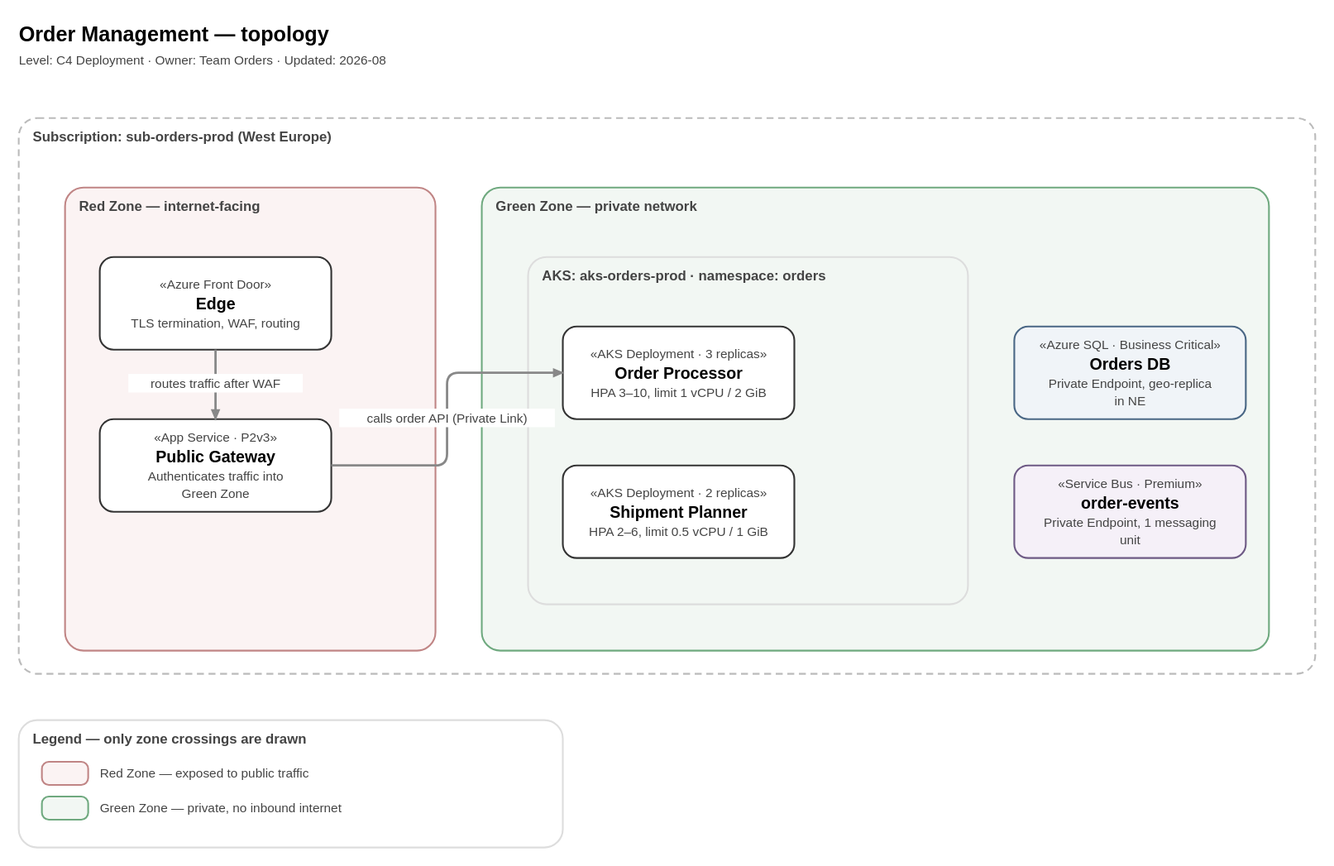
Above: examples/topology-example.drawio.svg in wojciech-ruchlewicz/drawio-architecture-kit (draw.io), before the change. Source tidied: cells renumbered, new cells last; positions are measured from the earlier drawing's top-left corner, leaving out a move shared by most shapes. Its diagram source:
```xml
<mxGraphModel>
  <root>
    <mxCell id="0" />
    <mxCell id="1" parent="0" />
    <mxCell id="2" value="Order Management — topology" style="text;html=1;align=left;verticalAlign=middle;fontFamily=Helvetica;fontSize=18;fontColor=#000000;fontStyle=1;" parent="1" vertex="1">
      <mxGeometry width="700" height="26" as="geometry" />
    </mxCell>
    <mxCell id="3" value="Level: C4 Deployment · Owner: Team Orders · Updated: 2026-08" style="text;html=1;align=left;verticalAlign=middle;fontFamily=Helvetica;fontSize=11;fontColor=#444444;" parent="1" vertex="1">
      <mxGeometry y="28" width="700" height="16" as="geometry" />
    </mxCell>
    <mxCell id="4" value="Subscription: sub-orders-prod (West Europe)" style="rounded=1;absoluteArcSize=1;arcSize=32;whiteSpace=wrap;html=1;strokeWidth=1.5;fontFamily=Helvetica;fontSize=12;fontStyle=1;fontColor=#444444;align=left;verticalAlign=top;spacingLeft=12;spacingTop=4;shadow=0;fillColor=none;strokeColor=#BBBBBB;dashed=1;dashPattern=8 4;" parent="1" vertex="1">
      <mxGeometry y="86" width="1120" height="480" as="geometry" />
    </mxCell>
    <mxCell id="5" value="Red Zone — internet-facing" style="rounded=1;absoluteArcSize=1;arcSize=32;whiteSpace=wrap;html=1;strokeWidth=1.5;fontFamily=Helvetica;fontSize=12;fontStyle=1;fontColor=#444444;align=left;verticalAlign=top;spacingLeft=12;spacingTop=4;shadow=0;fillColor=#FBF3F3;strokeColor=#C08585;" parent="4" vertex="1">
      <mxGeometry x="40" y="60" width="320" height="400" as="geometry" />
    </mxCell>
    <mxCell id="6" value="&lt;div style=&quot;line-height:1.3&quot;&gt;&lt;font style=&quot;font-size:11px;color:#444444&quot;&gt;&amp;laquo;Azure Front Door&amp;raquo;&lt;/font&gt;&lt;br&gt;&lt;b style=&quot;font-size:14px;color:#000000&quot;&gt;Edge&lt;/b&gt;&lt;br&gt;&lt;font style=&quot;font-size:11px;color:#444444&quot;&gt;TLS termination, WAF, routing&lt;/font&gt;&lt;/div&gt;" style="rounded=1;absoluteArcSize=1;arcSize=24;whiteSpace=wrap;html=1;strokeWidth=1.5;fontFamily=Helvetica;fontSize=14;fontColor=#000000;align=center;verticalAlign=middle;spacingLeft=6;spacingRight=6;shadow=0;fillColor=#FFFFFF;strokeColor=#333333;" parent="5" vertex="1">
      <mxGeometry x="30" y="60" width="200" height="80" as="geometry" />
    </mxCell>
    <mxCell id="7" value="&lt;div style=&quot;line-height:1.3&quot;&gt;&lt;font style=&quot;font-size:11px;color:#444444&quot;&gt;&amp;laquo;App Service · P2v3&amp;raquo;&lt;/font&gt;&lt;br&gt;&lt;b style=&quot;font-size:14px;color:#000000&quot;&gt;Public Gateway&lt;/b&gt;&lt;br&gt;&lt;font style=&quot;font-size:11px;color:#444444&quot;&gt;Authenticates traffic into Green Zone&lt;/font&gt;&lt;/div&gt;" style="rounded=1;absoluteArcSize=1;arcSize=24;whiteSpace=wrap;html=1;strokeWidth=1.5;fontFamily=Helvetica;fontSize=14;fontColor=#000000;align=center;verticalAlign=middle;spacingLeft=6;spacingRight=6;shadow=0;fillColor=#FFFFFF;strokeColor=#333333;" parent="5" vertex="1">
      <mxGeometry x="30" y="200" width="200" height="80" as="geometry" />
    </mxCell>
    <mxCell id="8" value="Green Zone — private network" style="rounded=1;absoluteArcSize=1;arcSize=32;whiteSpace=wrap;html=1;strokeWidth=1.5;fontFamily=Helvetica;fontSize=12;fontStyle=1;fontColor=#444444;align=left;verticalAlign=top;spacingLeft=12;spacingTop=4;shadow=0;fillColor=#F2F7F3;strokeColor=#6FA97F;" parent="4" vertex="1">
      <mxGeometry x="400" y="60" width="680" height="400" as="geometry" />
    </mxCell>
    <mxCell id="9" value="AKS: aks-orders-prod · namespace: orders" style="rounded=1;absoluteArcSize=1;arcSize=32;whiteSpace=wrap;html=1;strokeWidth=1.5;fontFamily=Helvetica;fontSize=12;fontStyle=1;fontColor=#444444;align=left;verticalAlign=top;spacingLeft=12;spacingTop=4;shadow=0;fillColor=none;strokeColor=#DDDDDD;" parent="8" vertex="1">
      <mxGeometry x="40" y="60" width="380" height="300" as="geometry" />
    </mxCell>
    <mxCell id="10" value="&lt;div style=&quot;line-height:1.3&quot;&gt;&lt;font style=&quot;font-size:11px;color:#444444&quot;&gt;&amp;laquo;AKS Deployment · 3 replicas&amp;raquo;&lt;/font&gt;&lt;br&gt;&lt;b style=&quot;font-size:14px;color:#000000&quot;&gt;Order Processor&lt;/b&gt;&lt;br&gt;&lt;font style=&quot;font-size:11px;color:#444444&quot;&gt;HPA 3–10, limit 1 vCPU / 2 GiB&lt;/font&gt;&lt;/div&gt;" style="rounded=1;absoluteArcSize=1;arcSize=24;whiteSpace=wrap;html=1;strokeWidth=1.5;fontFamily=Helvetica;fontSize=14;fontColor=#000000;align=center;verticalAlign=middle;spacingLeft=6;spacingRight=6;shadow=0;fillColor=#FFFFFF;strokeColor=#333333;" parent="9" vertex="1">
      <mxGeometry x="30" y="60" width="200" height="80" as="geometry" />
    </mxCell>
    <mxCell id="11" value="&lt;div style=&quot;line-height:1.3&quot;&gt;&lt;font style=&quot;font-size:11px;color:#444444&quot;&gt;&amp;laquo;AKS Deployment · 2 replicas&amp;raquo;&lt;/font&gt;&lt;br&gt;&lt;b style=&quot;font-size:14px;color:#000000&quot;&gt;Shipment Planner&lt;/b&gt;&lt;br&gt;&lt;font style=&quot;font-size:11px;color:#444444&quot;&gt;HPA 2–6, limit 0.5 vCPU / 1 GiB&lt;/font&gt;&lt;/div&gt;" style="rounded=1;absoluteArcSize=1;arcSize=24;whiteSpace=wrap;html=1;strokeWidth=1.5;fontFamily=Helvetica;fontSize=14;fontColor=#000000;align=center;verticalAlign=middle;spacingLeft=6;spacingRight=6;shadow=0;fillColor=#FFFFFF;strokeColor=#333333;" parent="9" vertex="1">
      <mxGeometry x="30" y="180" width="200" height="80" as="geometry" />
    </mxCell>
    <mxCell id="12" value="&lt;div style=&quot;line-height:1.3&quot;&gt;&lt;font style=&quot;font-size:11px;color:#444444&quot;&gt;&amp;laquo;Azure SQL · Business Critical&amp;raquo;&lt;/font&gt;&lt;br&gt;&lt;b style=&quot;font-size:14px;color:#000000&quot;&gt;Orders DB&lt;/b&gt;&lt;br&gt;&lt;font style=&quot;font-size:11px;color:#444444&quot;&gt;Private Endpoint, geo-replica in NE&lt;/font&gt;&lt;/div&gt;" style="rounded=1;absoluteArcSize=1;arcSize=24;whiteSpace=wrap;html=1;strokeWidth=1.5;fontFamily=Helvetica;fontSize=14;fontColor=#000000;align=center;verticalAlign=middle;spacingLeft=6;spacingRight=6;shadow=0;fillColor=#F0F4F8;strokeColor=#4A6785;" parent="8" vertex="1">
      <mxGeometry x="460" y="120" width="200" height="80" as="geometry" />
    </mxCell>
    <mxCell id="13" value="&lt;div style=&quot;line-height:1.3&quot;&gt;&lt;font style=&quot;font-size:11px;color:#444444&quot;&gt;&amp;laquo;Service Bus · Premium&amp;raquo;&lt;/font&gt;&lt;br&gt;&lt;b style=&quot;font-size:14px;color:#000000&quot;&gt;order-events&lt;/b&gt;&lt;br&gt;&lt;font style=&quot;font-size:11px;color:#444444&quot;&gt;Private Endpoint, 1 messaging unit&lt;/font&gt;&lt;/div&gt;" style="rounded=1;absoluteArcSize=1;arcSize=24;whiteSpace=wrap;html=1;strokeWidth=1.5;fontFamily=Helvetica;fontSize=14;fontColor=#000000;align=center;verticalAlign=middle;spacingLeft=6;spacingRight=6;shadow=0;fillColor=#F5F0F8;strokeColor=#6E5A85;" parent="8" vertex="1">
      <mxGeometry x="460" y="240" width="200" height="80" as="geometry" />
    </mxCell>
    <mxCell id="14" value="routes traffic after WAF" style="edgeStyle=orthogonalEdgeStyle;rounded=1;arcSize=10;html=1;jumpStyle=arc;jumpSize=8;fontFamily=Helvetica;fontSize=11;fontColor=#444444;labelBackgroundColor=#FFFFFF;strokeWidth=2;strokeColor=#888888;endArrow=blockThin;endFill=1;endSize=6;exitX=0.5;exitY=1;exitDx=0;exitDy=0;entryX=0.5;entryY=0;entryDx=0;entryDy=0;" parent="1" edge="1" source="6" target="7">
      <mxGeometry relative="1" as="geometry" />
    </mxCell>
    <mxCell id="15" value="calls order API (Private Link)" style="edgeStyle=orthogonalEdgeStyle;rounded=1;arcSize=10;html=1;jumpStyle=arc;jumpSize=8;fontFamily=Helvetica;fontSize=11;fontColor=#444444;labelBackgroundColor=#FFFFFF;strokeWidth=2;strokeColor=#888888;endArrow=blockThin;endFill=1;endSize=6;exitX=1;exitY=0.5;exitDx=0;exitDy=0;entryX=0;entryY=0.5;entryDx=0;entryDy=0;" parent="1" edge="1" source="7" target="10">
      <mxGeometry relative="1" as="geometry" />
    </mxCell>
    <mxCell id="16" value="Legend — only zone crossings are drawn" style="rounded=1;absoluteArcSize=1;arcSize=32;whiteSpace=wrap;html=1;strokeWidth=1.5;fontFamily=Helvetica;fontSize=12;fontStyle=1;fontColor=#444444;align=left;verticalAlign=top;spacingLeft=12;spacingTop=4;shadow=0;fillColor=none;strokeColor=#DDDDDD;" parent="1" vertex="1">
      <mxGeometry y="606" width="470" height="110" as="geometry" />
    </mxCell>
    <mxCell id="17" style="rounded=1;absoluteArcSize=1;arcSize=24;whiteSpace=wrap;html=1;strokeWidth=1.5;fontFamily=Helvetica;fontSize=14;fontColor=#000000;align=center;verticalAlign=middle;spacingLeft=6;spacingRight=6;shadow=0;fillColor=#FBF3F3;strokeColor=#C08585;" parent="16" vertex="1">
      <mxGeometry x="20" y="36" width="40" height="20" as="geometry" />
    </mxCell>
    <mxCell id="18" value="Red Zone — exposed to public traffic" style="text;html=1;align=left;verticalAlign=middle;fontFamily=Helvetica;fontSize=11;fontColor=#444444;" parent="16" vertex="1">
      <mxGeometry x="70" y="36" width="380" height="20" as="geometry" />
    </mxCell>
    <mxCell id="19" style="rounded=1;absoluteArcSize=1;arcSize=24;whiteSpace=wrap;html=1;strokeWidth=1.5;fontFamily=Helvetica;fontSize=14;fontColor=#000000;align=center;verticalAlign=middle;spacingLeft=6;spacingRight=6;shadow=0;fillColor=#F2F7F3;strokeColor=#6FA97F;" parent="16" vertex="1">
      <mxGeometry x="20" y="66" width="40" height="20" as="geometry" />
    </mxCell>
    <mxCell id="20" value="Green Zone — private, no inbound internet" style="text;html=1;align=left;verticalAlign=middle;fontFamily=Helvetica;fontSize=11;fontColor=#444444;" parent="16" vertex="1">
      <mxGeometry x="70" y="66" width="380" height="20" as="geometry" />
    </mxCell>
  </root>
</mxGraphModel>
```
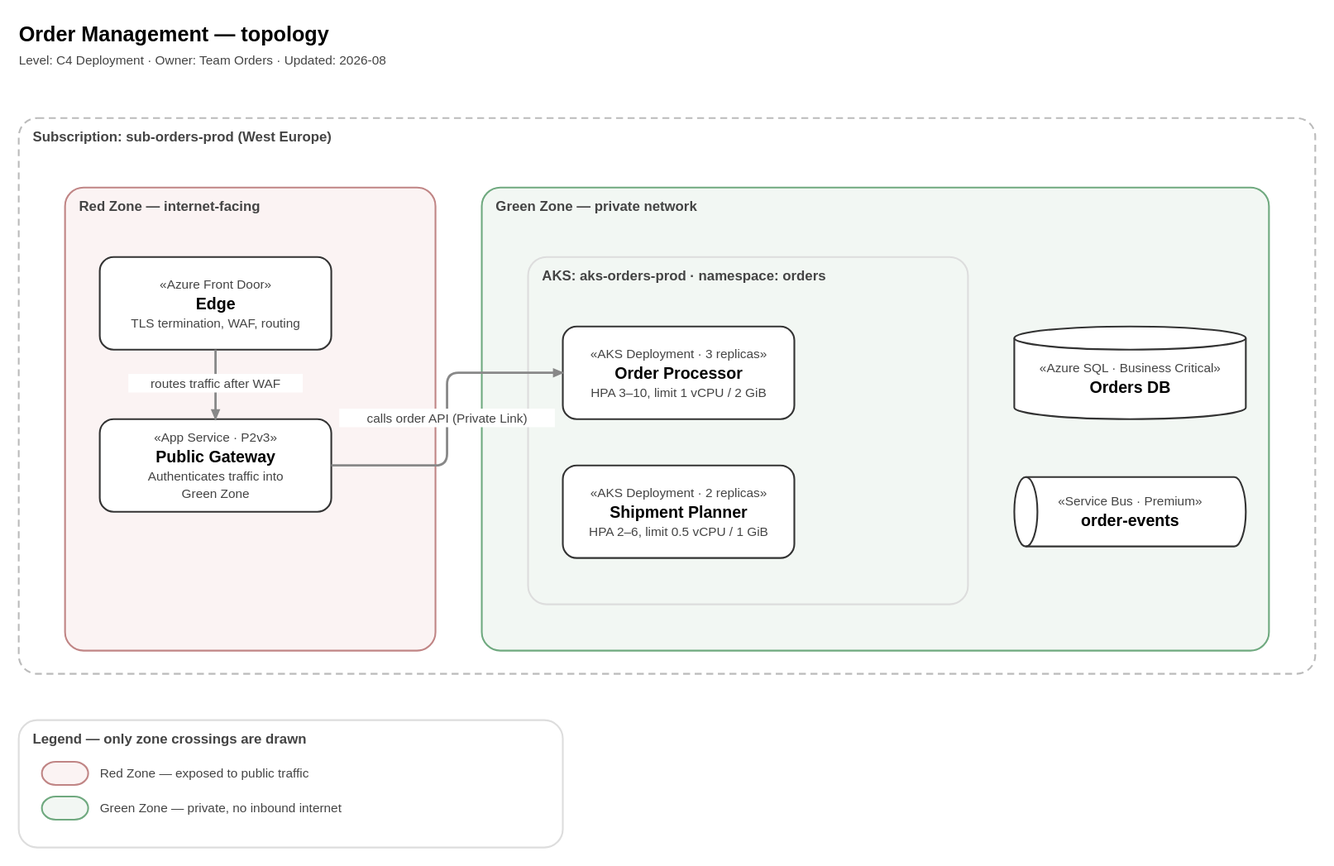
After the change.

Change to the diagram source:
```diff
@@ -32,11 +32,11 @@
     <mxCell id="11" value="&lt;div style=&quot;line-height:1.3&quot;&gt;&lt;font style=&quot;font-size:11px;color:#444444&quot;&gt;&amp;laquo;AKS Deployment · 2 replicas&amp;raquo;&lt;/font&gt;&lt;br&gt;&lt;b style=&quot;font-size:14px;color:#000000&quot;&gt;Shipment Planner&lt;/b&gt;&lt;br&gt;&lt;font style=&quot;font-size:11px;color:#444444&quot;&gt;HPA 2–6, limit 0.5 vCPU / 1 GiB&lt;/font&gt;&lt;/div&gt;" style="rounded=1;absoluteArcSize=1;arcSize=24;whiteSpace=wrap;html=1;strokeWidth=1.5;fontFamily=Helvetica;fontSize=14;fontColor=#000000;align=center;verticalAlign=middle;spacingLeft=6;spacingRight=6;shadow=0;fillColor=#FFFFFF;strokeColor=#333333;" parent="9" vertex="1">
       <mxGeometry x="30" y="180" width="200" height="80" as="geometry" />
     </mxCell>
-    <mxCell id="12" value="&lt;div style=&quot;line-height:1.3&quot;&gt;&lt;font style=&quot;font-size:11px;color:#444444&quot;&gt;&amp;laquo;Azure SQL · Business Critical&amp;raquo;&lt;/font&gt;&lt;br&gt;&lt;b style=&quot;font-size:14px;color:#000000&quot;&gt;Orders DB&lt;/b&gt;&lt;br&gt;&lt;font style=&quot;font-size:11px;color:#444444&quot;&gt;Private Endpoint, geo-replica in NE&lt;/font&gt;&lt;/div&gt;" style="rounded=1;absoluteArcSize=1;arcSize=24;whiteSpace=wrap;html=1;strokeWidth=1.5;fontFamily=Helvetica;fontSize=14;fontColor=#000000;align=center;verticalAlign=middle;spacingLeft=6;spacingRight=6;shadow=0;fillColor=#F0F4F8;strokeColor=#4A6785;" parent="8" vertex="1">
+    <mxCell id="12" value="&lt;div style=&quot;line-height:1.3&quot;&gt;&lt;font style=&quot;font-size:11px;color:#444444&quot;&gt;&amp;laquo;Azure SQL · Business Critical&amp;raquo;&lt;/font&gt;&lt;br&gt;&lt;b style=&quot;font-size:14px;color:#000000&quot;&gt;Orders DB&lt;/b&gt;&lt;/div&gt;" style="shape=cylinder3;boundedLbl=1;backgroundOutline=1;size=10;whiteSpace=wrap;html=1;strokeWidth=1.5;fontFamily=Helvetica;fontSize=14;fontColor=#000000;align=center;verticalAlign=middle;shadow=0;fillColor=#FFFFFF;strokeColor=#333333;" parent="8" vertex="1">
       <mxGeometry x="460" y="120" width="200" height="80" as="geometry" />
     </mxCell>
-    <mxCell id="13" value="&lt;div style=&quot;line-height:1.3&quot;&gt;&lt;font style=&quot;font-size:11px;color:#444444&quot;&gt;&amp;laquo;Service Bus · Premium&amp;raquo;&lt;/font&gt;&lt;br&gt;&lt;b style=&quot;font-size:14px;color:#000000&quot;&gt;order-events&lt;/b&gt;&lt;br&gt;&lt;font style=&quot;font-size:11px;color:#444444&quot;&gt;Private Endpoint, 1 messaging unit&lt;/font&gt;&lt;/div&gt;" style="rounded=1;absoluteArcSize=1;arcSize=24;whiteSpace=wrap;html=1;strokeWidth=1.5;fontFamily=Helvetica;fontSize=14;fontColor=#000000;align=center;verticalAlign=middle;spacingLeft=6;spacingRight=6;shadow=0;fillColor=#F5F0F8;strokeColor=#6E5A85;" parent="8" vertex="1">
-      <mxGeometry x="460" y="240" width="200" height="80" as="geometry" />
+    <mxCell id="13" value="&lt;div style=&quot;line-height:1.3&quot;&gt;&lt;font style=&quot;font-size:11px;color:#444444&quot;&gt;&amp;laquo;Service Bus · Premium&amp;raquo;&lt;/font&gt;&lt;br&gt;&lt;b style=&quot;font-size:14px;color:#000000&quot;&gt;order-events&lt;/b&gt;&lt;/div&gt;" style="shape=cylinder3;boundedLbl=1;backgroundOutline=1;size=10;direction=north;whiteSpace=wrap;html=1;strokeWidth=1.5;fontFamily=Helvetica;fontSize=14;fontColor=#000000;align=center;verticalAlign=middle;shadow=0;fillColor=#FFFFFF;strokeColor=#333333;" parent="8" vertex="1">
+      <mxGeometry x="460" y="250" width="200" height="60" as="geometry" />
     </mxCell>
     <mxCell id="14" value="routes traffic after WAF" style="edgeStyle=orthogonalEdgeStyle;rounded=1;arcSize=10;html=1;jumpStyle=arc;jumpSize=8;fontFamily=Helvetica;fontSize=11;fontColor=#444444;labelBackgroundColor=#FFFFFF;strokeWidth=2;strokeColor=#888888;endArrow=blockThin;endFill=1;endSize=6;exitX=0.5;exitY=1;exitDx=0;exitDy=0;entryX=0.5;entryY=0;entryDx=0;entryDy=0;" parent="1" edge="1" source="6" target="7">
       <mxGeometry relative="1" as="geometry" />
```
